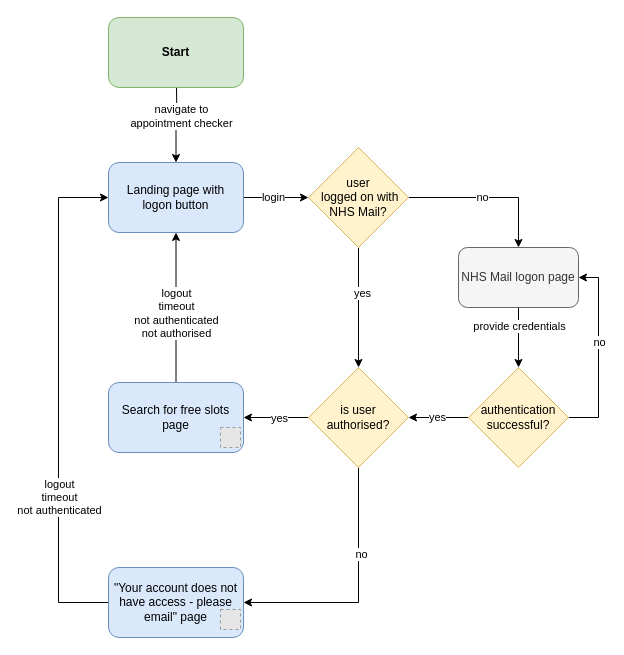
This is documentation/gpc-appointment-checker-page-routing.drawio from nhsconnect/gpconnect-appointment-checker, a draw.io file, before an edit. Source tidied: cells renumbered, new cells numbered last; positions are measured from the earlier drawing's top-left corner, leaving out a move shared by most shapes. Both pictures are drawn from the tidied source at 100%, with x=0, y=0 at pixel (58, 17). Pictures stored in the file or linked from it are replaced by grey dashed boxes.
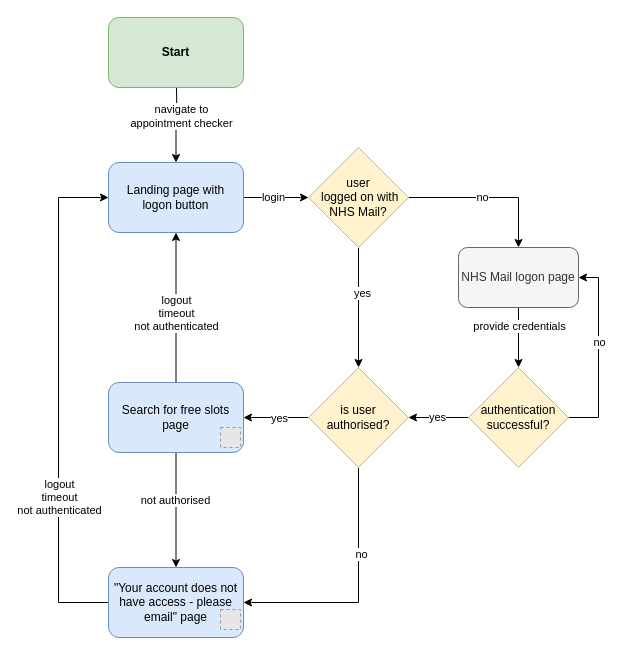
After the change.

Commit message (it also covers changes not shown here):
Update page routing

Unchanged cells that the change refers to:
```xml
<mxCell id="18" style="edgeStyle=orthogonalEdgeStyle;rounded=0;jettySize=auto;html=1;exitX=0.5;exitY=0;exitDx=0;exitDy=0;entryX=0.5;entryY=1;entryDx=0;entryDy=0;" parent="1" edge="1" source="20" target="17">
  <mxGeometry relative="1" as="geometry" />
</mxCell>
<mxCell id="20" value="Search for free slots page" style="rounded=1;whiteSpace=wrap;html=1;fillColor=#dae8fc;strokeColor=#6c8ebf;" parent="1" vertex="1">
  <mxGeometry x="50" y="365" width="135" height="70" as="geometry" />
</mxCell>
<mxCell id="23" value="&quot;Your account does not have access - please email&quot; page" style="rounded=1;whiteSpace=wrap;html=1;fillColor=#dae8fc;strokeColor=#6c8ebf;" parent="1" vertex="1">
  <mxGeometry x="50" y="550" width="135" height="70" as="geometry" />
</mxCell>
```

Diff of the diagram source:
```diff
@@
-    <mxCell id="19" value="logout&lt;br&gt;timeout&lt;br&gt;not authenticated&lt;br&gt;not authorised" style="edgeLabel;html=1;align=center;verticalAlign=middle;" parent="18" vertex="1">
+    <mxCell id="19" value="logout&lt;br&gt;timeout&lt;br&gt;not authenticated" style="edgeLabel;html=1;align=center;verticalAlign=middle;" parent="18" vertex="1">
       <mxGeometry x="-0.07" y="1" relative="1" as="geometry">
         <mxPoint x="1" as="offset" />
       </mxGeometry>
     </mxCell>
+    <mxCell id="34" style="edgeStyle=orthogonalEdgeStyle;rounded=0;jettySize=auto;html=1;exitX=0.5;exitY=1;exitDx=0;exitDy=0;" parent="1" edge="1" source="20" target="23">
+      <mxGeometry relative="1" as="geometry" />
+    </mxCell>
+    <mxCell id="35" value="not authorised" style="edgeLabel;html=1;align=center;verticalAlign=middle;" parent="34" vertex="1">
+      <mxGeometry x="-0.18" y="-1" relative="1" as="geometry" />
+    </mxCell>
```
